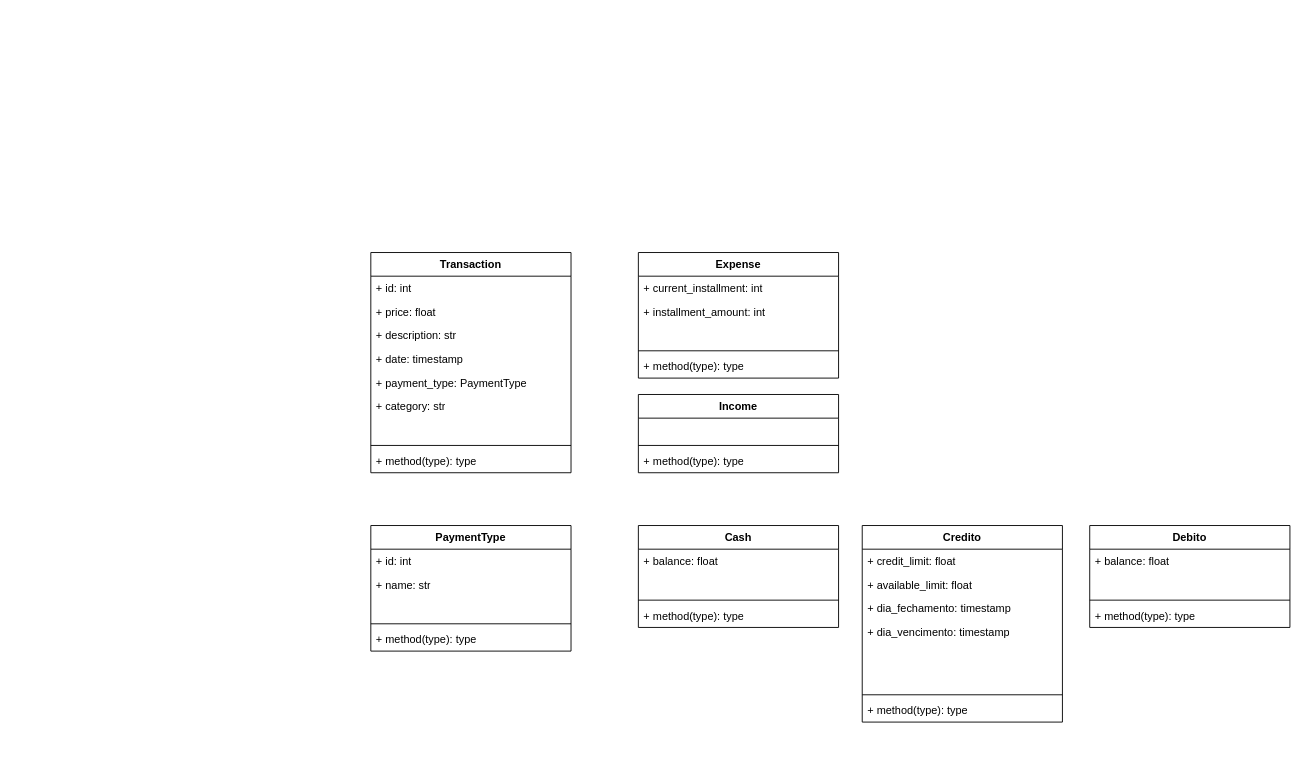
Above: docs/diagrama-uml.drawio in bbiancalopess/expense-tracker (draw.io), before the change. Source tidied: cells renumbered, new cells numbered last; positions are measured from the earlier drawing's top-left corner, leaving out a move shared by most shapes. Both pictures are drawn from the tidied source at 91%, with x=0, y=0 at pixel (370, 252).
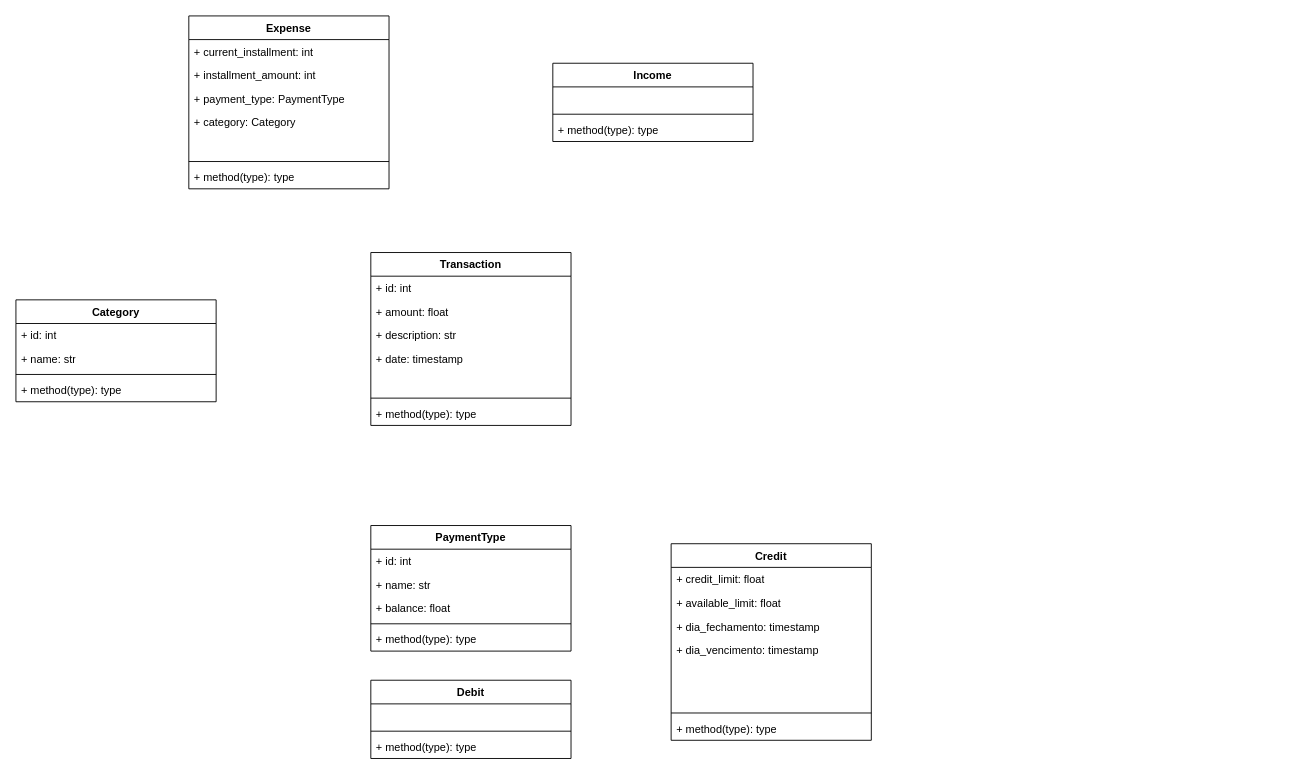
After the change.

Unchanged cells that the change refers to:
```xml
<mxCell id="22" value="PaymentType" style="swimlane;fontStyle=1;align=center;verticalAlign=top;horizontal=1;startSize=26;whiteSpace=wrap;html=1;" parent="1" vertex="1">
  <mxGeometry y="300" width="220" height="138" as="geometry" />
</mxCell>
```

The edit, as a diff of the source:
```diff
@@
     <mxCell id="2" value="Transaction" style="swimlane;fontStyle=1;align=center;verticalAlign=top;horizontal=1;startSize=26;whiteSpace=wrap;html=1;" parent="1" vertex="1">
-      <mxGeometry width="220" height="242" as="geometry" />
+      <mxGeometry width="220" height="190" as="geometry" />
     </mxCell>
@@
-    <mxCell id="4" value="+ price: float" style="text;strokeColor=none;fillColor=none;align=left;verticalAlign=top;spacingLeft=4;spacingRight=4;overflow=hidden;whiteSpace=wrap;html=1;" parent="2" vertex="1">
+    <mxCell id="4" value="+ amount: float" style="text;strokeColor=none;fillColor=none;align=left;verticalAlign=top;spacingLeft=4;spacingRight=4;overflow=hidden;whiteSpace=wrap;html=1;" parent="2" vertex="1">
       <mxGeometry y="52" width="220" height="26" as="geometry" />
     </mxCell>
@@
-    <mxCell id="7" value="+ payment_type: PaymentType" style="text;strokeColor=none;fillColor=none;align=left;verticalAlign=top;spacingLeft=4;spacingRight=4;overflow=hidden;whiteSpace=wrap;html=1;" parent="2" vertex="1">
-      <mxGeometry y="130" width="220" height="26" as="geometry" />
-    </mxCell>
-    <mxCell id="8" value="+ category: str" style="text;strokeColor=none;fillColor=none;align=left;verticalAlign=top;spacingLeft=4;spacingRight=4;overflow=hidden;whiteSpace=wrap;html=1;" parent="2" vertex="1">
-      <mxGeometry y="156" width="220" height="26" as="geometry" />
-    </mxCell>
     <mxCell id="9" style="text;strokeColor=none;fillColor=none;align=left;verticalAlign=top;spacingLeft=4;spacingRight=4;overflow=hidden;whiteSpace=wrap;html=1;" parent="2" vertex="1">
-      <mxGeometry y="182" width="220" height="26" as="geometry" />
+      <mxGeometry y="130" width="220" height="26" as="geometry" />
     </mxCell>
     <mxCell id="10" style="line;strokeWidth=1;fillColor=none;align=left;verticalAlign=middle;spacingTop=-1;spacingLeft=3;spacingRight=3;labelPosition=right;strokeColor=inherit;" parent="2" vertex="1">
-      <mxGeometry y="208" width="220" height="8" as="geometry" />
+      <mxGeometry y="156" width="220" height="8" as="geometry" />
     </mxCell>
     <mxCell id="11" value="+ method(type): type" style="text;strokeColor=none;fillColor=none;align=left;verticalAlign=top;spacingLeft=4;spacingRight=4;overflow=hidden;whiteSpace=wrap;html=1;" parent="2" vertex="1">
-      <mxGeometry y="216" width="220" height="26" as="geometry" />
+      <mxGeometry y="164" width="220" height="26" as="geometry" />
     </mxCell>
     <mxCell id="12" value="Income" style="swimlane;fontStyle=1;align=center;verticalAlign=top;horizontal=1;startSize=26;whiteSpace=wrap;html=1;" parent="1" vertex="1">
-      <mxGeometry x="294" y="156" width="220" height="86" as="geometry" />
+      <mxGeometry x="200" y="-208" width="220" height="86" as="geometry" />
     </mxCell>
@@
     <mxCell id="16" value="Expense" style="swimlane;fontStyle=1;align=center;verticalAlign=top;horizontal=1;startSize=26;whiteSpace=wrap;html=1;" parent="1" vertex="1">
-      <mxGeometry x="294" width="220" height="138" as="geometry" />
+      <mxGeometry x="-200" y="-260" width="220" height="190" as="geometry" />
     </mxCell>
@@
-    <mxCell id="19" style="text;strokeColor=none;fillColor=none;align=left;verticalAlign=top;spacingLeft=4;spacingRight=4;overflow=hidden;whiteSpace=wrap;html=1;" parent="16" vertex="1">
+    <mxCell id="19" value="+ payment_type: PaymentType" style="text;strokeColor=none;fillColor=none;align=left;verticalAlign=top;spacingLeft=4;spacingRight=4;overflow=hidden;whiteSpace=wrap;html=1;" parent="16" vertex="1">
       <mxGeometry y="78" width="220" height="26" as="geometry" />
     </mxCell>
+    <mxCell id="47" value="+ category: Category" style="text;strokeColor=none;fillColor=none;align=left;verticalAlign=top;spacingLeft=4;spacingRight=4;overflow=hidden;whiteSpace=wrap;html=1;" parent="16" vertex="1">
+      <mxGeometry y="104" width="220" height="26" as="geometry" />
+    </mxCell>
+    <mxCell id="48" style="text;strokeColor=none;fillColor=none;align=left;verticalAlign=top;spacingLeft=4;spacingRight=4;overflow=hidden;whiteSpace=wrap;html=1;" parent="16" vertex="1">
+      <mxGeometry y="130" width="220" height="26" as="geometry" />
+    </mxCell>
     <mxCell id="20" style="line;strokeWidth=1;fillColor=none;align=left;verticalAlign=middle;spacingTop=-1;spacingLeft=3;spacingRight=3;labelPosition=right;strokeColor=inherit;" parent="16" vertex="1">
-      <mxGeometry y="104" width="220" height="8" as="geometry" />
+      <mxGeometry y="156" width="220" height="8" as="geometry" />
     </mxCell>
     <mxCell id="21" value="+ method(type): type" style="text;strokeColor=none;fillColor=none;align=left;verticalAlign=top;spacingLeft=4;spacingRight=4;overflow=hidden;whiteSpace=wrap;html=1;" parent="16" vertex="1">
-      <mxGeometry y="112" width="220" height="26" as="geometry" />
+      <mxGeometry y="164" width="220" height="26" as="geometry" />
     </mxCell>
@@
-    <mxCell id="25" style="text;strokeColor=none;fillColor=none;align=left;verticalAlign=top;spacingLeft=4;spacingRight=4;overflow=hidden;whiteSpace=wrap;html=1;" parent="22" vertex="1">
+    <mxCell id="25" value="+ balance: float" style="text;strokeColor=none;fillColor=none;align=left;verticalAlign=top;spacingLeft=4;spacingRight=4;overflow=hidden;whiteSpace=wrap;html=1;" parent="22" vertex="1">
       <mxGeometry y="78" width="220" height="26" as="geometry" />
     </mxCell>
@@
-    <mxCell id="28" value="Cash" style="swimlane;fontStyle=1;align=center;verticalAlign=top;horizontal=1;startSize=26;whiteSpace=wrap;html=1;" parent="1" vertex="1">
-      <mxGeometry x="294" y="300" width="220" height="112" as="geometry" />
-    </mxCell>
-    <mxCell id="29" value="+ balance: float" style="text;strokeColor=none;fillColor=none;align=left;verticalAlign=top;spacingLeft=4;spacingRight=4;overflow=hidden;whiteSpace=wrap;html=1;" parent="28" vertex="1">
-      <mxGeometry y="26" width="220" height="26" as="geometry" />
-    </mxCell>
-    <mxCell id="30" style="text;strokeColor=none;fillColor=none;align=left;verticalAlign=top;spacingLeft=4;spacingRight=4;overflow=hidden;whiteSpace=wrap;html=1;" parent="28" vertex="1">
-      <mxGeometry y="52" width="220" height="26" as="geometry" />
-    </mxCell>
-    <mxCell id="31" style="line;strokeWidth=1;fillColor=none;align=left;verticalAlign=middle;spacingTop=-1;spacingLeft=3;spacingRight=3;labelPosition=right;strokeColor=inherit;" parent="28" vertex="1">
-      <mxGeometry y="78" width="220" height="8" as="geometry" />
-    </mxCell>
-    <mxCell id="32" value="+ method(type): type" style="text;strokeColor=none;fillColor=none;align=left;verticalAlign=top;spacingLeft=4;spacingRight=4;overflow=hidden;whiteSpace=wrap;html=1;" parent="28" vertex="1">
-      <mxGeometry y="86" width="220" height="26" as="geometry" />
-    </mxCell>
-    <mxCell id="33" value="Credito" style="swimlane;fontStyle=1;align=center;verticalAlign=top;horizontal=1;startSize=26;whiteSpace=wrap;html=1;" parent="1" vertex="1">
-      <mxGeometry x="540" y="300" width="220" height="216" as="geometry" />
+    <mxCell id="33" value="Credit" style="swimlane;fontStyle=1;align=center;verticalAlign=top;horizontal=1;startSize=26;whiteSpace=wrap;html=1;" parent="1" vertex="1">
+      <mxGeometry x="330" y="320" width="220" height="216" as="geometry" />
     </mxCell>
@@
-    <mxCell id="42" value="Debito" style="swimlane;fontStyle=1;align=center;verticalAlign=top;horizontal=1;startSize=26;whiteSpace=wrap;html=1;" parent="1" vertex="1">
-      <mxGeometry x="790" y="300" width="220" height="112" as="geometry" />
+    <mxCell id="42" value="Debit" style="swimlane;fontStyle=1;align=center;verticalAlign=top;horizontal=1;startSize=26;whiteSpace=wrap;html=1;" parent="1" vertex="1">
+      <mxGeometry y="470" width="220" height="86" as="geometry" />
     </mxCell>
-    <mxCell id="43" value="+ balance: float" style="text;strokeColor=none;fillColor=none;align=left;verticalAlign=top;spacingLeft=4;spacingRight=4;overflow=hidden;whiteSpace=wrap;html=1;" parent="42" vertex="1">
-      <mxGeometry y="26" width="220" height="26" as="geometry" />
-    </mxCell>
     <mxCell id="44" style="text;strokeColor=none;fillColor=none;align=left;verticalAlign=top;spacingLeft=4;spacingRight=4;overflow=hidden;whiteSpace=wrap;html=1;" parent="42" vertex="1">
-      <mxGeometry y="52" width="220" height="26" as="geometry" />
+      <mxGeometry y="26" width="220" height="26" as="geometry" />
     </mxCell>
     <mxCell id="45" style="line;strokeWidth=1;fillColor=none;align=left;verticalAlign=middle;spacingTop=-1;spacingLeft=3;spacingRight=3;labelPosition=right;strokeColor=inherit;" parent="42" vertex="1">
-      <mxGeometry y="78" width="220" height="8" as="geometry" />
+      <mxGeometry y="52" width="220" height="8" as="geometry" />
     </mxCell>
     <mxCell id="46" value="+ method(type): type" style="text;strokeColor=none;fillColor=none;align=left;verticalAlign=top;spacingLeft=4;spacingRight=4;overflow=hidden;whiteSpace=wrap;html=1;" parent="42" vertex="1">
-      <mxGeometry y="86" width="220" height="26" as="geometry" />
+      <mxGeometry y="60" width="220" height="26" as="geometry" />
     </mxCell>
+    <mxCell id="49" value="Category" style="swimlane;fontStyle=1;align=center;verticalAlign=top;horizontal=1;startSize=26;whiteSpace=wrap;html=1;" parent="1" vertex="1">
+      <mxGeometry x="-390" y="52" width="220" height="112" as="geometry" />
+    </mxCell>
+    <mxCell id="50" value="+ id: int" style="text;strokeColor=none;fillColor=none;align=left;verticalAlign=top;spacingLeft=4;spacingRight=4;overflow=hidden;whiteSpace=wrap;html=1;" parent="49" vertex="1">
+      <mxGeometry y="26" width="220" height="26" as="geometry" />
+    </mxCell>
+    <mxCell id="51" value="+ name: str" style="text;strokeColor=none;fillColor=none;align=left;verticalAlign=top;spacingLeft=4;spacingRight=4;overflow=hidden;whiteSpace=wrap;html=1;" parent="49" vertex="1">
+      <mxGeometry y="52" width="220" height="26" as="geometry" />
+    </mxCell>
+    <mxCell id="31" style="line;strokeWidth=1;fillColor=none;align=left;verticalAlign=middle;spacingTop=-1;spacingLeft=3;spacingRight=3;labelPosition=right;strokeColor=inherit;" parent="49" vertex="1">
+      <mxGeometry y="78" width="220" height="8" as="geometry" />
+    </mxCell>
+    <mxCell id="32" value="+ method(type): type" style="text;strokeColor=none;fillColor=none;align=left;verticalAlign=top;spacingLeft=4;spacingRight=4;overflow=hidden;whiteSpace=wrap;html=1;" parent="49" vertex="1">
+      <mxGeometry y="86" width="220" height="26" as="geometry" />
+    </mxCell>
```
